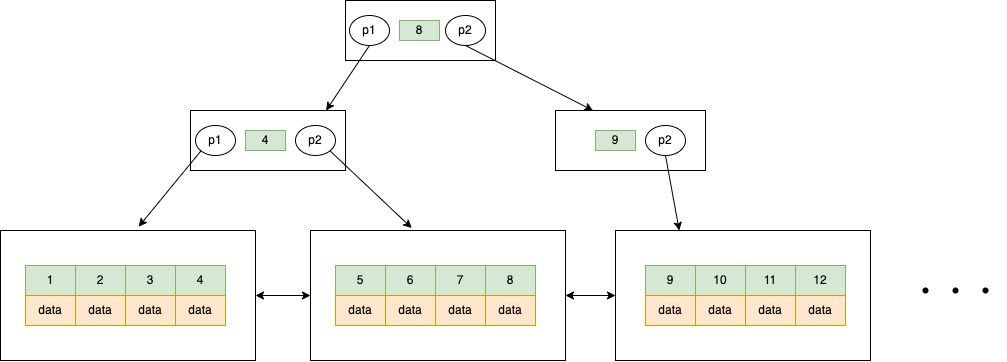
haichaoshi/java-knowledge keeps this draw.io diagram as img/b_plus_tree.png. Above is the earlier version. Source tidied: cells renumbered, new cells last; positions are measured from the earlier drawing's top-left corner, leaving out a move shared by most shapes. Its diagram source:
```xml
<mxGraphModel>
  <root>
    <mxCell id="0" />
    <mxCell id="1" parent="0" />
    <mxCell id="2" style="rounded=0;whiteSpace=wrap;html=1;" parent="1" vertex="1">
      <mxGeometry x="615" y="230" width="255" height="130" as="geometry" />
    </mxCell>
    <mxCell id="3" style="rounded=0;whiteSpace=wrap;html=1;" parent="1" vertex="1">
      <mxGeometry x="310" y="230" width="255" height="130" as="geometry" />
    </mxCell>
    <mxCell id="4" style="rounded=0;whiteSpace=wrap;html=1;" parent="1" vertex="1">
      <mxGeometry x="345" width="150" height="60" as="geometry" />
    </mxCell>
    <mxCell id="5" style="rounded=0;whiteSpace=wrap;html=1;" parent="1" vertex="1">
      <mxGeometry x="190" y="110" width="155" height="60" as="geometry" />
    </mxCell>
    <mxCell id="6" style="rounded=0;whiteSpace=wrap;html=1;" parent="1" vertex="1">
      <mxGeometry x="555" y="110" width="150" height="60" as="geometry" />
    </mxCell>
    <mxCell id="7" style="rounded=0;whiteSpace=wrap;html=1;" parent="1" vertex="1">
      <mxGeometry y="230" width="255" height="130" as="geometry" />
    </mxCell>
    <mxCell id="8" value="8" style="rounded=0;whiteSpace=wrap;html=1;fillColor=#d5e8d4;strokeColor=#82b366;" parent="1" vertex="1">
      <mxGeometry x="399" y="20" width="40" height="20" as="geometry" />
    </mxCell>
    <mxCell id="9" value="4" style="rounded=0;whiteSpace=wrap;html=1;fillColor=#d5e8d4;strokeColor=#82b366;" parent="1" vertex="1">
      <mxGeometry x="245" y="130" width="40" height="20" as="geometry" />
    </mxCell>
    <mxCell id="10" value="p1" style="ellipse;whiteSpace=wrap;html=1;" parent="1" vertex="1">
      <mxGeometry x="349" y="15" width="40" height="30" as="geometry" />
    </mxCell>
    <mxCell id="11" value="1" style="rounded=0;whiteSpace=wrap;html=1;fillColor=#d5e8d4;strokeColor=#82b366;" parent="1" vertex="1">
      <mxGeometry x="25" y="265" width="50" height="30" as="geometry" />
    </mxCell>
    <mxCell id="12" value="data" style="rounded=0;whiteSpace=wrap;html=1;fillColor=#ffe6cc;strokeColor=#d79b00;" parent="1" vertex="1">
      <mxGeometry x="25" y="295" width="50" height="30" as="geometry" />
    </mxCell>
    <mxCell id="13" value="2" style="rounded=0;whiteSpace=wrap;html=1;fillColor=#d5e8d4;strokeColor=#82b366;" parent="1" vertex="1">
      <mxGeometry x="75" y="265" width="50" height="30" as="geometry" />
    </mxCell>
    <mxCell id="14" value="data" style="rounded=0;whiteSpace=wrap;html=1;fillColor=#ffe6cc;strokeColor=#d79b00;" parent="1" vertex="1">
      <mxGeometry x="75" y="295" width="50" height="30" as="geometry" />
    </mxCell>
    <mxCell id="15" value="3" style="rounded=0;whiteSpace=wrap;html=1;fillColor=#d5e8d4;strokeColor=#82b366;" parent="1" vertex="1">
      <mxGeometry x="125" y="265" width="50" height="30" as="geometry" />
    </mxCell>
    <mxCell id="16" value="data" style="rounded=0;whiteSpace=wrap;html=1;fillColor=#ffe6cc;strokeColor=#d79b00;" parent="1" vertex="1">
      <mxGeometry x="125" y="295" width="50" height="30" as="geometry" />
    </mxCell>
    <mxCell id="17" value="4" style="rounded=0;whiteSpace=wrap;html=1;fillColor=#d5e8d4;strokeColor=#82b366;" parent="1" vertex="1">
      <mxGeometry x="175" y="265" width="50" height="30" as="geometry" />
    </mxCell>
    <mxCell id="18" value="data" style="rounded=0;whiteSpace=wrap;html=1;fillColor=#ffe6cc;strokeColor=#d79b00;" parent="1" vertex="1">
      <mxGeometry x="175" y="295" width="50" height="30" as="geometry" />
    </mxCell>
    <mxCell id="19" value="5" style="rounded=0;whiteSpace=wrap;html=1;fillColor=#d5e8d4;strokeColor=#82b366;" parent="1" vertex="1">
      <mxGeometry x="335" y="265" width="50" height="30" as="geometry" />
    </mxCell>
    <mxCell id="20" value="data" style="rounded=0;whiteSpace=wrap;html=1;fillColor=#ffe6cc;strokeColor=#d79b00;" parent="1" vertex="1">
      <mxGeometry x="335" y="295" width="50" height="30" as="geometry" />
    </mxCell>
    <mxCell id="21" value="6" style="rounded=0;whiteSpace=wrap;html=1;fillColor=#d5e8d4;strokeColor=#82b366;" parent="1" vertex="1">
      <mxGeometry x="385" y="265" width="50" height="30" as="geometry" />
    </mxCell>
    <mxCell id="22" value="data" style="rounded=0;whiteSpace=wrap;html=1;fillColor=#ffe6cc;strokeColor=#d79b00;" parent="1" vertex="1">
      <mxGeometry x="385" y="295" width="50" height="30" as="geometry" />
    </mxCell>
    <mxCell id="23" value="7" style="rounded=0;whiteSpace=wrap;html=1;fillColor=#d5e8d4;strokeColor=#82b366;" parent="1" vertex="1">
      <mxGeometry x="435" y="265" width="50" height="30" as="geometry" />
    </mxCell>
    <mxCell id="24" value="data" style="rounded=0;whiteSpace=wrap;html=1;fillColor=#ffe6cc;strokeColor=#d79b00;" parent="1" vertex="1">
      <mxGeometry x="435" y="295" width="50" height="30" as="geometry" />
    </mxCell>
    <mxCell id="25" value="8" style="rounded=0;whiteSpace=wrap;html=1;fillColor=#d5e8d4;strokeColor=#82b366;" parent="1" vertex="1">
      <mxGeometry x="485" y="265" width="50" height="30" as="geometry" />
    </mxCell>
    <mxCell id="26" value="data" style="rounded=0;whiteSpace=wrap;html=1;fillColor=#ffe6cc;strokeColor=#d79b00;" parent="1" vertex="1">
      <mxGeometry x="485" y="295" width="50" height="30" as="geometry" />
    </mxCell>
    <mxCell id="27" value="9" style="rounded=0;whiteSpace=wrap;html=1;fillColor=#d5e8d4;strokeColor=#82b366;" parent="1" vertex="1">
      <mxGeometry x="645" y="265" width="50" height="30" as="geometry" />
    </mxCell>
    <mxCell id="28" value="data" style="rounded=0;whiteSpace=wrap;html=1;fillColor=#ffe6cc;strokeColor=#d79b00;" parent="1" vertex="1">
      <mxGeometry x="645" y="295" width="50" height="30" as="geometry" />
    </mxCell>
    <mxCell id="29" value="10" style="rounded=0;whiteSpace=wrap;html=1;fillColor=#d5e8d4;strokeColor=#82b366;" parent="1" vertex="1">
      <mxGeometry x="695" y="265" width="50" height="30" as="geometry" />
    </mxCell>
    <mxCell id="30" value="data" style="rounded=0;whiteSpace=wrap;html=1;fillColor=#ffe6cc;strokeColor=#d79b00;" parent="1" vertex="1">
      <mxGeometry x="695" y="295" width="50" height="30" as="geometry" />
    </mxCell>
    <mxCell id="31" value="11" style="rounded=0;whiteSpace=wrap;html=1;fillColor=#d5e8d4;strokeColor=#82b366;" parent="1" vertex="1">
      <mxGeometry x="745" y="265" width="50" height="30" as="geometry" />
    </mxCell>
    <mxCell id="32" value="data" style="rounded=0;whiteSpace=wrap;html=1;fillColor=#ffe6cc;strokeColor=#d79b00;" parent="1" vertex="1">
      <mxGeometry x="745" y="295" width="50" height="30" as="geometry" />
    </mxCell>
    <mxCell id="33" value="12" style="rounded=0;whiteSpace=wrap;html=1;fillColor=#d5e8d4;strokeColor=#82b366;" parent="1" vertex="1">
      <mxGeometry x="795" y="265" width="50" height="30" as="geometry" />
    </mxCell>
    <mxCell id="34" value="data" style="rounded=0;whiteSpace=wrap;html=1;fillColor=#ffe6cc;strokeColor=#d79b00;" parent="1" vertex="1">
      <mxGeometry x="795" y="295" width="50" height="30" as="geometry" />
    </mxCell>
    <mxCell id="35" style="shape=waypoint;sketch=0;fillStyle=solid;size=6;fillColor=none;perimeter=centerPerimeter;" parent="1" vertex="1">
      <mxGeometry x="905" y="270" width="40" height="40" as="geometry" />
    </mxCell>
    <mxCell id="36" style="shape=waypoint;sketch=0;fillStyle=solid;size=6;fillColor=none;perimeter=centerPerimeter;" parent="1" vertex="1">
      <mxGeometry x="935" y="270" width="40" height="40" as="geometry" />
    </mxCell>
    <mxCell id="37" style="shape=waypoint;sketch=0;fillStyle=solid;size=6;fillColor=none;perimeter=centerPerimeter;" parent="1" vertex="1">
      <mxGeometry x="965" y="270" width="40" height="40" as="geometry" />
    </mxCell>
    <mxCell id="38" style="endArrow=classic;startArrow=classic;html=1;rounded=0;exitX=1;exitY=0.5;exitDx=0;exitDy=0;" parent="1" edge="1" source="7" target="3">
      <mxGeometry relative="1" as="geometry" />
    </mxCell>
    <mxCell id="39" style="endArrow=classic;startArrow=classic;html=1;rounded=0;exitX=1;exitY=0.5;exitDx=0;exitDy=0;entryX=0;entryY=0.5;entryDx=0;entryDy=0;" parent="1" edge="1" source="3" target="2">
      <mxGeometry relative="1" as="geometry" />
    </mxCell>
    <mxCell id="40" value="p1" style="ellipse;whiteSpace=wrap;html=1;" parent="1" vertex="1">
      <mxGeometry x="195" y="125" width="40" height="30" as="geometry" />
    </mxCell>
    <mxCell id="41" value="p2" style="ellipse;whiteSpace=wrap;html=1;" parent="1" vertex="1">
      <mxGeometry x="645" y="125" width="40" height="30" as="geometry" />
    </mxCell>
    <mxCell id="42" style="endArrow=classic;html=1;rounded=0;exitX=0.5;exitY=1;exitDx=0;exitDy=0;entryX=0.875;entryY=0;entryDx=0;entryDy=0;entryPerimeter=0;" parent="1" edge="1" source="10" target="5">
      <mxGeometry relative="1" as="geometry" />
    </mxCell>
    <mxCell id="43" style="endArrow=classic;html=1;rounded=0;exitX=0;exitY=1;exitDx=0;exitDy=0;entryX=0.542;entryY=-0.03;entryDx=0;entryDy=0;entryPerimeter=0;" parent="1" edge="1" source="40" target="7">
      <mxGeometry relative="1" as="geometry" />
    </mxCell>
    <mxCell id="44" value="p2" style="ellipse;whiteSpace=wrap;html=1;" parent="1" vertex="1">
      <mxGeometry x="445" y="15" width="40" height="30" as="geometry" />
    </mxCell>
    <mxCell id="45" style="endArrow=classic;html=1;rounded=0;exitX=0.5;exitY=1;exitDx=0;exitDy=0;entryX=0.25;entryY=0;entryDx=0;entryDy=0;" parent="1" edge="1" source="44" target="6">
      <mxGeometry relative="1" as="geometry" />
    </mxCell>
    <mxCell id="46" value="p2" style="ellipse;whiteSpace=wrap;html=1;" parent="1" vertex="1">
      <mxGeometry x="295" y="125" width="40" height="30" as="geometry" />
    </mxCell>
    <mxCell id="47" style="endArrow=classic;html=1;rounded=0;exitX=1;exitY=1;exitDx=0;exitDy=0;entryX=0.397;entryY=-0.019;entryDx=0;entryDy=0;entryPerimeter=0;" parent="1" edge="1" source="46" target="3">
      <mxGeometry relative="1" as="geometry" />
    </mxCell>
    <mxCell id="48" style="endArrow=classic;html=1;rounded=0;exitX=0.5;exitY=1;exitDx=0;exitDy=0;entryX=0.25;entryY=0;entryDx=0;entryDy=0;" parent="1" edge="1" source="41" target="2">
      <mxGeometry relative="1" as="geometry" />
    </mxCell>
    <mxCell id="49" value="9" style="rounded=0;whiteSpace=wrap;html=1;fillColor=#d5e8d4;strokeColor=#82b366;" parent="1" vertex="1">
      <mxGeometry x="595" y="130" width="40" height="20" as="geometry" />
    </mxCell>
  </root>
</mxGraphModel>
```
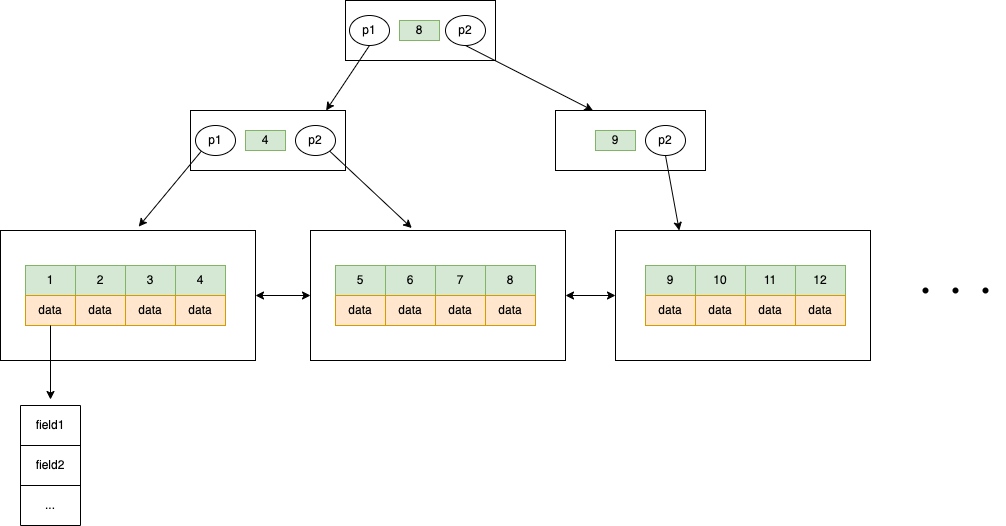
After the commit.

The edit, as a diff of the source:
```diff
@@ -32,6 +32,16 @@
     <mxCell id="11" value="1" style="rounded=0;whiteSpace=wrap;html=1;fillColor=#d5e8d4;strokeColor=#82b366;" parent="1" vertex="1">
       <mxGeometry x="25" y="265" width="50" height="30" as="geometry" />
     </mxCell>
+    <mxCell id="50" style="edgeStyle=orthogonalEdgeStyle;rounded=0;jettySize=auto;html=1;" parent="1" edge="1" source="12">
+      <mxGeometry relative="1" as="geometry">
+        <mxPoint x="-25" y="480" as="targetPoint" />
+      </mxGeometry>
+    </mxCell>
+    <mxCell id="51" style="edgeStyle=orthogonalEdgeStyle;rounded=0;jettySize=auto;html=1;" parent="1" edge="1" source="12">
+      <mxGeometry relative="1" as="geometry">
+        <mxPoint x="-25" y="480" as="targetPoint" />
+      </mxGeometry>
+    </mxCell>
     <mxCell id="12" value="data" style="rounded=0;whiteSpace=wrap;html=1;fillColor=#ffe6cc;strokeColor=#d79b00;" parent="1" vertex="1">
       <mxGeometry x="25" y="295" width="50" height="30" as="geometry" />
     </mxCell>
@@ -146,5 +156,31 @@
     <mxCell id="49" value="9" style="rounded=0;whiteSpace=wrap;html=1;fillColor=#d5e8d4;strokeColor=#82b366;" parent="1" vertex="1">
       <mxGeometry x="595" y="130" width="40" height="20" as="geometry" />
     </mxCell>
+    <mxCell id="52" style="endArrow=classic;html=1;rounded=0;entryX=0.5;entryY=-0.025;entryDx=0;entryDy=0;entryPerimeter=0;" parent="1" edge="1" source="12">
+      <mxGeometry relative="1" as="geometry">
+        <mxPoint x="50" y="399" as="targetPoint" />
+      </mxGeometry>
+    </mxCell>
+    <mxCell id="53" style="shape=table;startSize=0;" parent="1" vertex="1">
+      <mxGeometry x="20" y="405" width="60" height="120" as="geometry" />
+    </mxCell>
+    <mxCell id="54" style="shape=tableRow;horizontal=0;startSize=0;swimlaneHead=0;swimlaneBody=0;top=0;left=0;bottom=0;right=0;fillColor=none;" parent="53" vertex="1">
+      <mxGeometry width="60" height="40" as="geometry" />
+    </mxCell>
+    <mxCell id="55" value="field1" style="shape=partialRectangle;html=1;whiteSpace=wrap;overflow=hidden;fillColor=none;top=0;left=0;bottom=0;right=0;" parent="54" vertex="1">
+      <mxGeometry width="60" height="40" as="geometry" />
+    </mxCell>
+    <mxCell id="56" style="shape=tableRow;horizontal=0;startSize=0;swimlaneHead=0;swimlaneBody=0;top=0;left=0;bottom=0;right=0;fillColor=none;" parent="53" vertex="1">
+      <mxGeometry y="40" width="60" height="40" as="geometry" />
+    </mxCell>
+    <mxCell id="57" value="field2" style="shape=partialRectangle;html=1;whiteSpace=wrap;overflow=hidden;fillColor=none;top=0;left=0;bottom=0;right=0;" parent="56" vertex="1">
+      <mxGeometry width="60" height="40" as="geometry" />
+    </mxCell>
+    <mxCell id="58" style="shape=tableRow;horizontal=0;startSize=0;swimlaneHead=0;swimlaneBody=0;top=0;left=0;bottom=0;right=0;fillColor=none;" parent="53" vertex="1">
+      <mxGeometry y="80" width="60" height="40" as="geometry" />
+    </mxCell>
+    <mxCell id="59" value="..." style="shape=partialRectangle;html=1;whiteSpace=wrap;overflow=hidden;fillColor=none;top=0;left=0;bottom=0;right=0;" parent="58" vertex="1">
+      <mxGeometry width="60" height="40" as="geometry" />
+    </mxCell>
   </root>
 </mxGraphModel>
```
